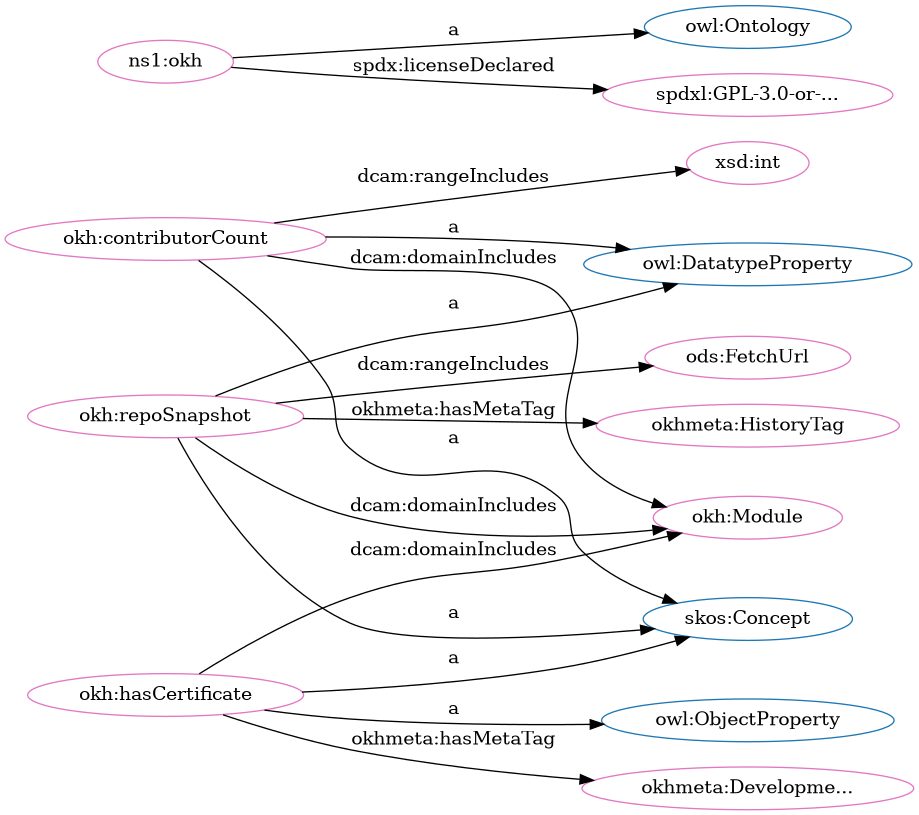
This is src/spec/dot_okh_proposed.png from iop-alliance/OpenKnowHow, a Graphviz export, as it was before one commit. Its source is kept beside it as src/spec/dot_okh_proposed.dot.
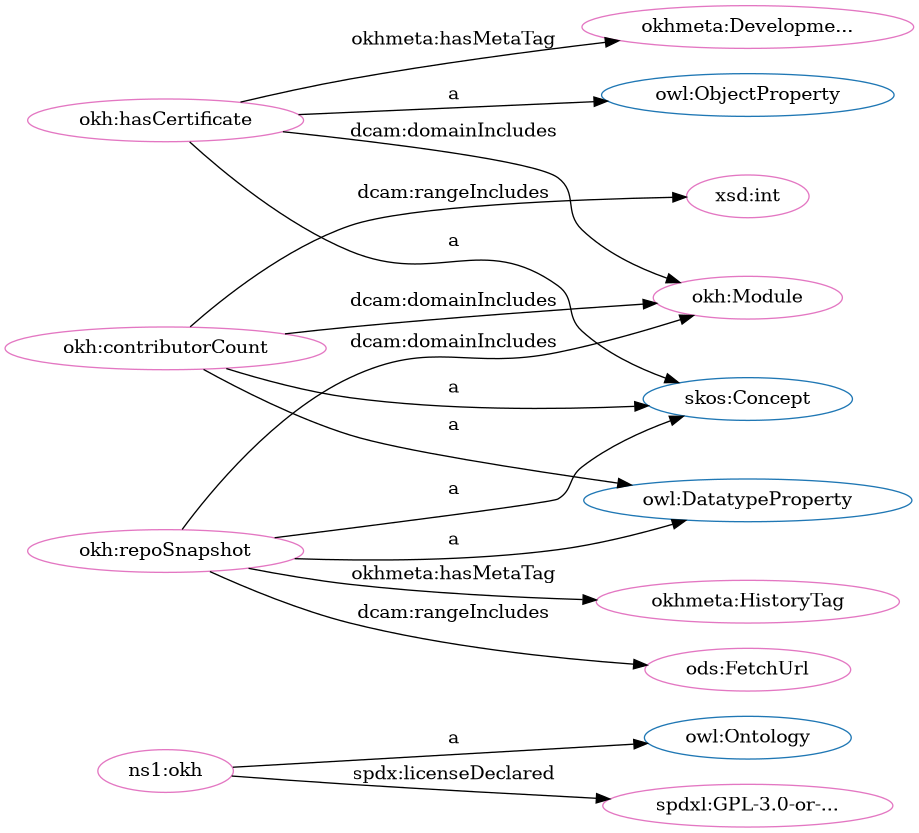
Above is the later version.

The edit, as a diff of the source:
```diff
@@ -1,33 +1,33 @@
 digraph G {
   rankdir=BT
   node[height=.3]
+"http://www.w3.org/2002/07/owl#Ontology" [fillcolor="#1f77b4" color="#1f77b4" label="owl:Ontology"]
+"http://www.w3.org/2004/02/skos/core#Concept" [fillcolor="#1f77b4" color="#1f77b4" label="skos:Concept"]
+"http://www.w3.org/2002/07/owl#ObjectProperty" [fillcolor="#1f77b4" color="#1f77b4" label="owl:ObjectProperty"]
 "http://www.w3.org/2002/07/owl#DatatypeProperty" [fillcolor="#1f77b4" color="#1f77b4" label="owl:DatatypeProperty"]
-"http://www.w3.org/2002/07/owl#ObjectProperty" [fillcolor="#1f77b4" color="#1f77b4" label="owl:ObjectProperty"]
-"http://www.w3.org/2004/02/skos/core#Concept" [fillcolor="#1f77b4" color="#1f77b4" label="skos:Concept"]
-"http://www.w3.org/2002/07/owl#Ontology" [fillcolor="#1f77b4" color="#1f77b4" label="owl:Ontology"]
 "http://w3id.org/oseg/ont/okh" [fillcolor="#e377c2" color="#e377c2" label="ns1:okh"]
+"http://www.w3.org/2001/XMLSchema#int" [fillcolor="#e377c2" color="#e377c2" label="xsd:int"]
+"http://w3id.org/oseg/ont/okh#hasCertificate" [fillcolor="#e377c2" color="#e377c2" label="okh:hasCertificate"]
+"http://spdx.org/licenses/GPL-3.0-or-later" [fillcolor="#e377c2" color="#e377c2" label="spdxl:GPL-3.0-or-..."]
+"http://w3id.org/oseg/ont/okh#repoSnapshot" [fillcolor="#e377c2" color="#e377c2" label="okh:repoSnapshot"]
 "http://w3id.org/oseg/ont/okh#Module" [fillcolor="#e377c2" color="#e377c2" label="okh:Module"]
-"http://w3id.org/oseg/ont/okh#hasCertificate" [fillcolor="#e377c2" color="#e377c2" label="okh:hasCertificate"]
+"http://w3id.org/oseg/ont/okh#contributorCount" [fillcolor="#e377c2" color="#e377c2" label="okh:contributorCount"]
+"http://w3id.org/oseg/ont/ods#FetchUrl" [fillcolor="#e377c2" color="#e377c2" label="ods:FetchUrl"]
+"http://w3id.org/oseg/ont/okhmeta#HistoryTag" [fillcolor="#e377c2" color="#e377c2" label="okhmeta:HistoryTag"]
 "http://w3id.org/oseg/ont/okhmeta#DevelopmentTag" [fillcolor="#e377c2" color="#e377c2" label="okhmeta:Developme..."]
-"http://w3id.org/oseg/ont/okhmeta#HistoryTag" [fillcolor="#e377c2" color="#e377c2" label="okhmeta:HistoryTag"]
-"http://spdx.org/licenses/GPL-3.0-or-later" [fillcolor="#e377c2" color="#e377c2" label="spdxl:GPL-3.0-or-..."]
-"http://w3id.org/oseg/ont/okh#contributorCount" [fillcolor="#e377c2" color="#e377c2" label="okh:contributorCount"]
-"http://w3id.org/oseg/ont/okh#repoSnapshot" [fillcolor="#e377c2" color="#e377c2" label="okh:repoSnapshot"]
-"http://w3id.org/oseg/ont/ods#FetchUrl" [fillcolor="#e377c2" color="#e377c2" label="ods:FetchUrl"]
-"http://www.w3.org/2001/XMLSchema#int" [fillcolor="#e377c2" color="#e377c2" label="xsd:int"]
+  "http://w3id.org/oseg/ont/okh#contributorCount" -> "http://www.w3.org/2001/XMLSchema#int" [label="dcam:rangeIncludes"]
+  "http://w3id.org/oseg/ont/okh#contributorCount" -> "http://www.w3.org/2004/02/skos/core#Concept" [label="a"]
+  "http://w3id.org/oseg/ont/okh#repoSnapshot" -> "http://w3id.org/oseg/ont/ods#FetchUrl" [label="dcam:rangeIncludes"]
+  "http://w3id.org/oseg/ont/okh#contributorCount" -> "http://www.w3.org/2002/07/owl#DatatypeProperty" [label="a"]
+  "http://w3id.org/oseg/ont/okh#contributorCount" -> "http://w3id.org/oseg/ont/okh#Module" [label="dcam:domainIncludes"]
+  "http://w3id.org/oseg/ont/okh#hasCertificate" -> "http://w3id.org/oseg/ont/okhmeta#DevelopmentTag" [label="okhmeta:hasMetaTag"]
   "http://w3id.org/oseg/ont/okh" -> "http://www.w3.org/2002/07/owl#Ontology" [label="a"]
+  "http://w3id.org/oseg/ont/okh#hasCertificate" -> "http://www.w3.org/2002/07/owl#ObjectProperty" [label="a"]
+  "http://w3id.org/oseg/ont/okh" -> "http://spdx.org/licenses/GPL-3.0-or-later" [label="spdx:licenseDeclared"]
+  "http://w3id.org/oseg/ont/okh#repoSnapshot" -> "http://www.w3.org/2004/02/skos/core#Concept" [label="a"]
+  "http://w3id.org/oseg/ont/okh#repoSnapshot" -> "http://w3id.org/oseg/ont/okh#Module" [label="dcam:domainIncludes"]
+  "http://w3id.org/oseg/ont/okh#repoSnapshot" -> "http://www.w3.org/2002/07/owl#DatatypeProperty" [label="a"]
+  "http://w3id.org/oseg/ont/okh#repoSnapshot" -> "http://w3id.org/oseg/ont/okhmeta#HistoryTag" [label="okhmeta:hasMetaTag"]
   "http://w3id.org/oseg/ont/okh#hasCertificate" -> "http://w3id.org/oseg/ont/okh#Module" [label="dcam:domainIncludes"]
-  "http://w3id.org/oseg/ont/okh#contributorCount" -> "http://w3id.org/oseg/ont/okh#Module" [label="dcam:domainIncludes"]
-  "http://w3id.org/oseg/ont/okh#repoSnapshot" -> "http://w3id.org/oseg/ont/okh#Module" [label="dcam:domainIncludes"]
-  "http://w3id.org/oseg/ont/okh#repoSnapshot" -> "http://w3id.org/oseg/ont/ods#FetchUrl" [label="dcam:rangeIncludes"]
-  "http://w3id.org/oseg/ont/okh#contributorCount" -> "http://www.w3.org/2001/XMLSchema#int" [label="dcam:rangeIncludes"]
   "http://w3id.org/oseg/ont/okh#hasCertificate" -> "http://www.w3.org/2004/02/skos/core#Concept" [label="a"]
-  "http://w3id.org/oseg/ont/okh#hasCertificate" -> "http://w3id.org/oseg/ont/okhmeta#DevelopmentTag" [label="okhmeta:hasMetaTag"]
-  "http://w3id.org/oseg/ont/okh#repoSnapshot" -> "http://w3id.org/oseg/ont/okhmeta#HistoryTag" [label="okhmeta:hasMetaTag"]
-  "http://w3id.org/oseg/ont/okh" -> "http://spdx.org/licenses/GPL-3.0-or-later" [label="spdx:licenseDeclared"]
-  "http://w3id.org/oseg/ont/okh#contributorCount" -> "http://www.w3.org/2004/02/skos/core#Concept" [label="a"]
-  "http://w3id.org/oseg/ont/okh#hasCertificate" -> "http://www.w3.org/2002/07/owl#ObjectProperty" [label="a"]
-  "http://w3id.org/oseg/ont/okh#repoSnapshot" -> "http://www.w3.org/2004/02/skos/core#Concept" [label="a"]
-  "http://w3id.org/oseg/ont/okh#contributorCount" -> "http://www.w3.org/2002/07/owl#DatatypeProperty" [label="a"]
-  "http://w3id.org/oseg/ont/okh#repoSnapshot" -> "http://www.w3.org/2002/07/owl#DatatypeProperty" [label="a"]
 }
```
